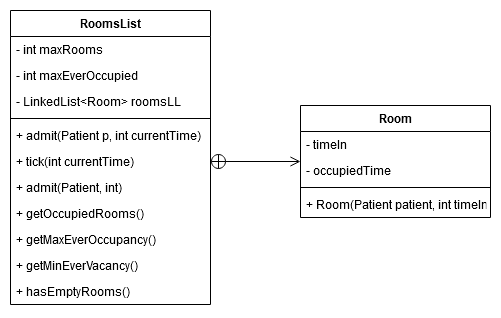
jack-mil/ER-Simulator keeps this draw.io diagram as Docs/RoomList-UML.png. Above is the earlier version. Source tidied: cells renumbered, new cells last; positions are measured from the earlier drawing's top-left corner, leaving out a move shared by most shapes. Its diagram source:
```xml
<mxGraphModel>
  <root>
    <mxCell id="0" />
    <mxCell id="1" parent="0" />
    <mxCell id="2" value="RoomsList" style="swimlane;fontStyle=1;align=center;verticalAlign=top;horizontal=1;startSize=26;" parent="1" vertex="1">
      <mxGeometry width="200" height="294" as="geometry" />
    </mxCell>
    <mxCell id="3" value="- int maxRooms" style="text;strokeColor=none;fillColor=none;align=left;verticalAlign=top;spacingLeft=4;spacingRight=4;overflow=hidden;" parent="2" vertex="1">
      <mxGeometry y="26" width="200" height="26" as="geometry" />
    </mxCell>
    <mxCell id="4" value="- int maxEverOccupied" style="text;strokeColor=none;fillColor=none;align=left;verticalAlign=top;spacingLeft=4;spacingRight=4;overflow=hidden;" parent="2" vertex="1">
      <mxGeometry y="52" width="200" height="26" as="geometry" />
    </mxCell>
    <mxCell id="5" value="- LinkedList&lt;Room&gt; roomsLL" style="text;strokeColor=none;fillColor=none;align=left;verticalAlign=top;spacingLeft=4;spacingRight=4;overflow=hidden;" parent="2" vertex="1">
      <mxGeometry y="78" width="200" height="26" as="geometry" />
    </mxCell>
    <mxCell id="6" style="line;strokeWidth=1;fillColor=none;align=left;verticalAlign=middle;spacingTop=-1;spacingLeft=3;spacingRight=3;labelPosition=right;" parent="2" vertex="1">
      <mxGeometry y="104" width="200" height="8" as="geometry" />
    </mxCell>
    <mxCell id="7" value="+ admit(Patient p, int currentTime)" style="text;strokeColor=none;fillColor=none;align=left;verticalAlign=top;spacingLeft=4;spacingRight=4;overflow=hidden;" parent="2" vertex="1">
      <mxGeometry y="112" width="200" height="26" as="geometry" />
    </mxCell>
    <mxCell id="8" value="+ tick(int currentTime)" style="text;strokeColor=none;fillColor=none;align=left;verticalAlign=top;spacingLeft=4;spacingRight=4;overflow=hidden;points=[[0,0.5],[1,0.5]];portConstraint=eastwest;" parent="2" vertex="1">
      <mxGeometry y="138" width="200" height="26" as="geometry" />
    </mxCell>
    <mxCell id="9" value="+ admit(Patient, int)" style="text;strokeColor=none;fillColor=none;align=left;verticalAlign=top;spacingLeft=4;spacingRight=4;overflow=hidden;" parent="2" vertex="1">
      <mxGeometry y="164" width="200" height="26" as="geometry" />
    </mxCell>
    <mxCell id="10" value="+ getOccupiedRooms()" style="text;strokeColor=none;fillColor=none;align=left;verticalAlign=top;spacingLeft=4;spacingRight=4;overflow=hidden;" parent="2" vertex="1">
      <mxGeometry y="190" width="200" height="26" as="geometry" />
    </mxCell>
    <mxCell id="11" value="+ getMaxEverOccupancy()" style="text;strokeColor=none;fillColor=none;align=left;verticalAlign=top;spacingLeft=4;spacingRight=4;overflow=hidden;" parent="2" vertex="1">
      <mxGeometry y="216" width="200" height="26" as="geometry" />
    </mxCell>
    <mxCell id="12" value="+ getMinEverVacancy()" style="text;strokeColor=none;fillColor=none;align=left;verticalAlign=top;spacingLeft=4;spacingRight=4;overflow=hidden;" parent="2" vertex="1">
      <mxGeometry y="242" width="200" height="26" as="geometry" />
    </mxCell>
    <mxCell id="13" value="+ hasEmptyRooms()" style="text;strokeColor=none;fillColor=none;align=left;verticalAlign=top;spacingLeft=4;spacingRight=4;overflow=hidden;" parent="2" vertex="1">
      <mxGeometry y="268" width="200" height="26" as="geometry" />
    </mxCell>
    <mxCell id="14" value="Room" style="swimlane;fontStyle=1;align=center;verticalAlign=top;horizontal=1;startSize=26;" parent="1" vertex="1">
      <mxGeometry x="290" y="95" width="190" height="112" as="geometry" />
    </mxCell>
    <mxCell id="15" value="- timeIn" style="text;strokeColor=none;fillColor=none;align=left;verticalAlign=top;spacingLeft=4;spacingRight=4;overflow=hidden;" parent="14" vertex="1">
      <mxGeometry y="26" width="190" height="26" as="geometry" />
    </mxCell>
    <mxCell id="16" value="- occupiedTime" style="text;strokeColor=none;fillColor=none;align=left;verticalAlign=top;spacingLeft=4;spacingRight=4;overflow=hidden;" parent="14" vertex="1">
      <mxGeometry y="52" width="190" height="26" as="geometry" />
    </mxCell>
    <mxCell id="17" style="line;strokeWidth=1;fillColor=none;align=left;verticalAlign=middle;spacingTop=-1;spacingLeft=3;spacingRight=3;labelPosition=right;" parent="14" vertex="1">
      <mxGeometry y="78" width="190" height="8" as="geometry" />
    </mxCell>
    <mxCell id="18" value="+ Room(Patient patient, int timeIn" style="text;strokeColor=none;fillColor=none;align=left;verticalAlign=top;spacingLeft=4;spacingRight=4;overflow=hidden;" parent="14" vertex="1">
      <mxGeometry y="86" width="190" height="26" as="geometry" />
    </mxCell>
    <mxCell id="19" style="endArrow=open;startArrow=circlePlus;endFill=0;startFill=0;endSize=8;html=1;entryX=0;entryY=0.5;entryDx=0;entryDy=0;exitX=1;exitY=0.5;exitDx=0;exitDy=0;" parent="1" edge="1" source="8" target="14">
      <mxGeometry relative="1" as="geometry" />
    </mxCell>
  </root>
</mxGraphModel>
```
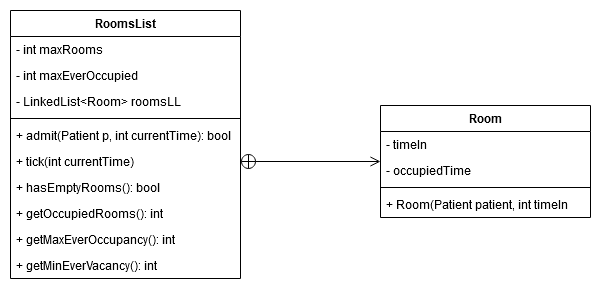
The same file after the commit.

What changed in the source:
```diff
@@ -3,55 +3,52 @@
     <mxCell id="0" />
     <mxCell id="1" parent="0" />
     <mxCell id="2" value="RoomsList" style="swimlane;fontStyle=1;align=center;verticalAlign=top;horizontal=1;startSize=26;" parent="1" vertex="1">
-      <mxGeometry width="200" height="294" as="geometry" />
+      <mxGeometry x="-130" width="230" height="268" as="geometry" />
     </mxCell>
     <mxCell id="3" value="- int maxRooms" style="text;strokeColor=none;fillColor=none;align=left;verticalAlign=top;spacingLeft=4;spacingRight=4;overflow=hidden;" parent="2" vertex="1">
-      <mxGeometry y="26" width="200" height="26" as="geometry" />
+      <mxGeometry y="26" width="230" height="26" as="geometry" />
     </mxCell>
     <mxCell id="4" value="- int maxEverOccupied" style="text;strokeColor=none;fillColor=none;align=left;verticalAlign=top;spacingLeft=4;spacingRight=4;overflow=hidden;" parent="2" vertex="1">
-      <mxGeometry y="52" width="200" height="26" as="geometry" />
+      <mxGeometry y="52" width="230" height="26" as="geometry" />
     </mxCell>
     <mxCell id="5" value="- LinkedList&lt;Room&gt; roomsLL" style="text;strokeColor=none;fillColor=none;align=left;verticalAlign=top;spacingLeft=4;spacingRight=4;overflow=hidden;" parent="2" vertex="1">
-      <mxGeometry y="78" width="200" height="26" as="geometry" />
+      <mxGeometry y="78" width="230" height="26" as="geometry" />
     </mxCell>
     <mxCell id="6" style="line;strokeWidth=1;fillColor=none;align=left;verticalAlign=middle;spacingTop=-1;spacingLeft=3;spacingRight=3;labelPosition=right;" parent="2" vertex="1">
-      <mxGeometry y="104" width="200" height="8" as="geometry" />
+      <mxGeometry y="104" width="230" height="8" as="geometry" />
     </mxCell>
-    <mxCell id="7" value="+ admit(Patient p, int currentTime)" style="text;strokeColor=none;fillColor=none;align=left;verticalAlign=top;spacingLeft=4;spacingRight=4;overflow=hidden;" parent="2" vertex="1">
-      <mxGeometry y="112" width="200" height="26" as="geometry" />
+    <mxCell id="7" value="+ admit(Patient p, int currentTime): bool" style="text;strokeColor=none;fillColor=none;align=left;verticalAlign=top;spacingLeft=4;spacingRight=4;overflow=hidden;" parent="2" vertex="1">
+      <mxGeometry y="112" width="230" height="26" as="geometry" />
     </mxCell>
     <mxCell id="8" value="+ tick(int currentTime)" style="text;strokeColor=none;fillColor=none;align=left;verticalAlign=top;spacingLeft=4;spacingRight=4;overflow=hidden;points=[[0,0.5],[1,0.5]];portConstraint=eastwest;" parent="2" vertex="1">
-      <mxGeometry y="138" width="200" height="26" as="geometry" />
+      <mxGeometry y="138" width="230" height="26" as="geometry" />
     </mxCell>
-    <mxCell id="9" value="+ admit(Patient, int)" style="text;strokeColor=none;fillColor=none;align=left;verticalAlign=top;spacingLeft=4;spacingRight=4;overflow=hidden;" parent="2" vertex="1">
-      <mxGeometry y="164" width="200" height="26" as="geometry" />
-    </mxCell>
+    <mxCell id="13" value="+ hasEmptyRooms(): bool" style="text;strokeColor=none;fillColor=none;align=left;verticalAlign=top;spacingLeft=4;spacingRight=4;overflow=hidden;" parent="2" vertex="1">
+      <mxGeometry y="164" width="230" height="26" as="geometry" />
+    </mxCell>
-    <mxCell id="10" value="+ getOccupiedRooms()" style="text;strokeColor=none;fillColor=none;align=left;verticalAlign=top;spacingLeft=4;spacingRight=4;overflow=hidden;" parent="2" vertex="1">
-      <mxGeometry y="190" width="200" height="26" as="geometry" />
+    <mxCell id="10" value="+ getOccupiedRooms(): int" style="text;strokeColor=none;fillColor=none;align=left;verticalAlign=top;spacingLeft=4;spacingRight=4;overflow=hidden;" parent="2" vertex="1">
+      <mxGeometry y="190" width="230" height="26" as="geometry" />
     </mxCell>
-    <mxCell id="11" value="+ getMaxEverOccupancy()" style="text;strokeColor=none;fillColor=none;align=left;verticalAlign=top;spacingLeft=4;spacingRight=4;overflow=hidden;" parent="2" vertex="1">
-      <mxGeometry y="216" width="200" height="26" as="geometry" />
+    <mxCell id="11" value="+ getMaxEverOccupancy(): int" style="text;strokeColor=none;fillColor=none;align=left;verticalAlign=top;spacingLeft=4;spacingRight=4;overflow=hidden;" parent="2" vertex="1">
+      <mxGeometry y="216" width="230" height="26" as="geometry" />
     </mxCell>
-    <mxCell id="12" value="+ getMinEverVacancy()" style="text;strokeColor=none;fillColor=none;align=left;verticalAlign=top;spacingLeft=4;spacingRight=4;overflow=hidden;" parent="2" vertex="1">
-      <mxGeometry y="242" width="200" height="26" as="geometry" />
+    <mxCell id="12" value="+ getMinEverVacancy(): int" style="text;strokeColor=none;fillColor=none;align=left;verticalAlign=top;spacingLeft=4;spacingRight=4;overflow=hidden;" parent="2" vertex="1">
+      <mxGeometry y="242" width="230" height="26" as="geometry" />
     </mxCell>
-    <mxCell id="13" value="+ hasEmptyRooms()" style="text;strokeColor=none;fillColor=none;align=left;verticalAlign=top;spacingLeft=4;spacingRight=4;overflow=hidden;" parent="2" vertex="1">
-      <mxGeometry y="268" width="200" height="26" as="geometry" />
-    </mxCell>
     <mxCell id="14" value="Room" style="swimlane;fontStyle=1;align=center;verticalAlign=top;horizontal=1;startSize=26;" parent="1" vertex="1">
-      <mxGeometry x="290" y="95" width="190" height="112" as="geometry" />
+      <mxGeometry x="240" y="95" width="210" height="112" as="geometry" />
     </mxCell>
     <mxCell id="15" value="- timeIn" style="text;strokeColor=none;fillColor=none;align=left;verticalAlign=top;spacingLeft=4;spacingRight=4;overflow=hidden;" parent="14" vertex="1">
-      <mxGeometry y="26" width="190" height="26" as="geometry" />
+      <mxGeometry y="26" width="210" height="26" as="geometry" />
     </mxCell>
     <mxCell id="16" value="- occupiedTime" style="text;strokeColor=none;fillColor=none;align=left;verticalAlign=top;spacingLeft=4;spacingRight=4;overflow=hidden;" parent="14" vertex="1">
-      <mxGeometry y="52" width="190" height="26" as="geometry" />
+      <mxGeometry y="52" width="210" height="26" as="geometry" />
     </mxCell>
     <mxCell id="17" style="line;strokeWidth=1;fillColor=none;align=left;verticalAlign=middle;spacingTop=-1;spacingLeft=3;spacingRight=3;labelPosition=right;" parent="14" vertex="1">
-      <mxGeometry y="78" width="190" height="8" as="geometry" />
+      <mxGeometry y="78" width="210" height="8" as="geometry" />
     </mxCell>
     <mxCell id="18" value="+ Room(Patient patient, int timeIn" style="text;strokeColor=none;fillColor=none;align=left;verticalAlign=top;spacingLeft=4;spacingRight=4;overflow=hidden;" parent="14" vertex="1">
-      <mxGeometry y="86" width="190" height="26" as="geometry" />
+      <mxGeometry y="86" width="210" height="26" as="geometry" />
     </mxCell>
     <mxCell id="19" style="endArrow=open;startArrow=circlePlus;endFill=0;startFill=0;endSize=8;html=1;entryX=0;entryY=0.5;entryDx=0;entryDy=0;exitX=1;exitY=0.5;exitDx=0;exitDy=0;" parent="1" edge="1" source="8" target="14">
       <mxGeometry relative="1" as="geometry" />
```
